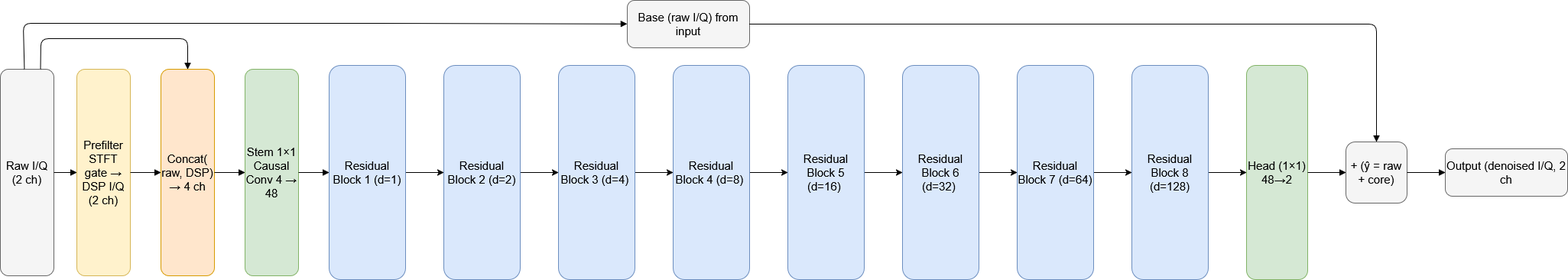
The draw.io diagram figures/tcn_architecture.drawio.png in Niclasapdk/es7_project, before a commit. Source tidied: cells renumbered, new cells last; positions are measured from the earlier drawing's top-left corner, leaving out a move shared by most shapes.
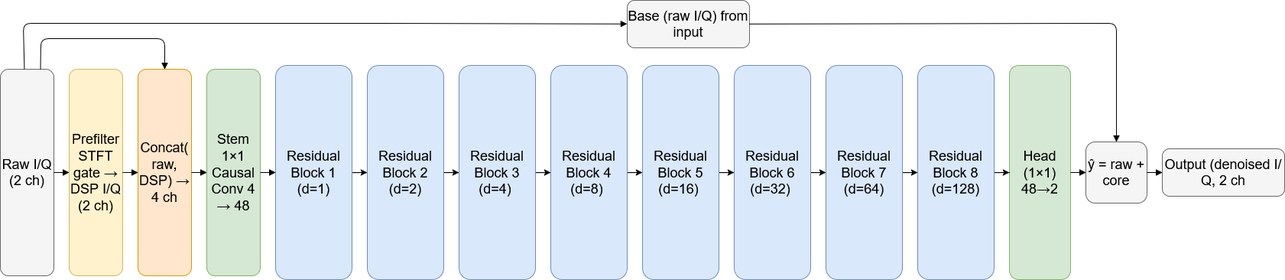
After the change.

Change to the diagram source:
```diff
@@ -2,14 +2,14 @@
   <root>
     <mxCell id="0" />
     <mxCell id="1" parent="0" />
-    <mxCell id="2" value="&lt;font style=&quot;font-size: 15px;&quot;&gt;Raw I/Q (2 ch)&lt;/font&gt;" style="rounded=1;whiteSpace=wrap;html=1;strokeWidth=1;fillColor=#f5f5f5;strokeColor=#666666;" parent="1" vertex="1">
+    <mxCell id="2" value="&lt;font style=&quot;font-size: 18px;&quot;&gt;Raw I/Q (2 ch)&lt;/font&gt;" style="rounded=1;whiteSpace=wrap;html=1;strokeWidth=1;fillColor=#f5f5f5;strokeColor=#666666;" parent="1" vertex="1">
       <mxGeometry y="90" width="70" height="270" as="geometry" />
     </mxCell>
-    <mxCell id="3" value="&lt;font style=&quot;font-size: 15px;&quot;&gt;Prefilter STFT gate → DSP I/Q (2 ch)&lt;/font&gt;" style="rounded=1;whiteSpace=wrap;html=1;strokeWidth=1;fillColor=#fff2cc;strokeColor=#d6b656;" parent="1" vertex="1">
-      <mxGeometry x="100" y="90" width="70" height="270" as="geometry" />
+    <mxCell id="3" value="&lt;font style=&quot;font-size: 18px;&quot;&gt;Prefilter STFT gate → DSP I/Q (2 ch)&lt;/font&gt;" style="rounded=1;whiteSpace=wrap;html=1;strokeWidth=1;fillColor=#fff2cc;strokeColor=#d6b656;" parent="1" vertex="1">
+      <mxGeometry x="90" y="90" width="70" height="270" as="geometry" />
     </mxCell>
-    <mxCell id="4" value="&lt;font style=&quot;font-size: 15px;&quot;&gt;Concat( raw, DSP) → 4 ch&lt;/font&gt;" style="rounded=1;whiteSpace=wrap;html=1;strokeWidth=1;fillColor=#ffe6cc;strokeColor=#d79b00;" parent="1" vertex="1">
-      <mxGeometry x="210" y="90" width="70" height="270" as="geometry" />
+    <mxCell id="4" value="&lt;font style=&quot;font-size: 18px;&quot;&gt;Concat( raw, DSP) → 4 ch&lt;/font&gt;" style="rounded=1;whiteSpace=wrap;html=1;strokeWidth=1;fillColor=#ffe6cc;strokeColor=#d79b00;" parent="1" vertex="1">
+      <mxGeometry x="180" y="90" width="70" height="270" as="geometry" />
     </mxCell>
     <mxCell id="5" style="endArrow=block;endFill=1;" parent="1" edge="1" source="2" target="3">
       <mxGeometry relative="1" as="geometry" />
@@ -22,12 +22,12 @@
         <Array as="points">
           <mxPoint x="53" y="50" />
           <mxPoint x="120" y="50" />
-          <mxPoint x="245" y="50" />
+          <mxPoint x="215" y="50" />
         </Array>
       </mxGeometry>
     </mxCell>
-    <mxCell id="8" value="&lt;font style=&quot;font-size: 15px;&quot;&gt;Stem 1×1 Causal Conv 4 → 48&lt;/font&gt;" style="rounded=1;whiteSpace=wrap;html=1;strokeWidth=1;fillColor=#d5e8d4;strokeColor=#82b366;" parent="1" vertex="1">
-      <mxGeometry x="320" y="90" width="70" height="270" as="geometry" />
+    <mxCell id="8" value="&lt;font style=&quot;font-size: 18px;&quot;&gt;Stem 1×1 Causal Conv 4 → 48&lt;/font&gt;" style="rounded=1;whiteSpace=wrap;html=1;strokeWidth=1;fillColor=#d5e8d4;strokeColor=#82b366;" parent="1" vertex="1">
+      <mxGeometry x="270" y="90" width="70" height="270" as="geometry" />
     </mxCell>
     <mxCell id="9" style="endArrow=block;endFill=1;" parent="1" edge="1" source="4" target="8">
       <mxGeometry relative="1" as="geometry" />
@@ -35,16 +35,16 @@
     <mxCell id="10" style="edgeStyle=orthogonalEdgeStyle;rounded=0;jettySize=auto;html=1;entryX=0;entryY=0.5;entryDx=0;entryDy=0;" parent="1" edge="1" source="11" target="22">
       <mxGeometry relative="1" as="geometry" />
     </mxCell>
-    <mxCell id="11" value="&lt;font style=&quot;font-size: 15px;&quot;&gt;Residual Block 1 (d=1)&lt;/font&gt;" style="rounded=1;whiteSpace=wrap;html=1;strokeWidth=1;fillColor=#dae8fc;strokeColor=#6c8ebf;" parent="1" vertex="1">
-      <mxGeometry x="430" y="85" width="100" height="280" as="geometry" />
+    <mxCell id="11" value="&lt;font style=&quot;font-size: 18px;&quot;&gt;Residual Block 1 (d=1)&lt;/font&gt;" style="rounded=1;whiteSpace=wrap;html=1;strokeWidth=1;fillColor=#dae8fc;strokeColor=#6c8ebf;" parent="1" vertex="1">
+      <mxGeometry x="360" y="85" width="100" height="280" as="geometry" />
     </mxCell>
     <mxCell id="12" style="endArrow=block;endFill=1;" parent="1" edge="1" source="8" target="11">
       <mxGeometry relative="1" as="geometry" />
     </mxCell>
-    <mxCell id="13" value="&lt;font style=&quot;font-size: 15px;&quot;&gt;Head (1×1) 48→2&lt;/font&gt;" style="rounded=1;whiteSpace=wrap;html=1;strokeWidth=1;fillColor=#d5e8d4;strokeColor=#82b366;" parent="1" vertex="1">
-      <mxGeometry x="1630" y="85" width="80" height="280" as="geometry" />
+    <mxCell id="13" value="&lt;font style=&quot;font-size: 18px;&quot;&gt;Head (1×1) 48→2&lt;/font&gt;" style="rounded=1;whiteSpace=wrap;html=1;strokeWidth=1;fillColor=#d5e8d4;strokeColor=#82b366;" parent="1" vertex="1">
+      <mxGeometry x="1320" y="85" width="80" height="280" as="geometry" />
     </mxCell>
-    <mxCell id="14" value="&lt;font style=&quot;font-size: 15px;&quot;&gt;Base (raw I/Q) from input&lt;/font&gt;" style="rounded=1;whiteSpace=wrap;html=1;strokeWidth=1;fillColor=#f5f5f5;strokeColor=#666666;" parent="1" vertex="1">
+    <mxCell id="14" value="&lt;font style=&quot;font-size: 18px;&quot;&gt;Base (raw I/Q) from input&lt;/font&gt;" style="rounded=1;whiteSpace=wrap;html=1;strokeWidth=1;fillColor=#f5f5f5;strokeColor=#666666;" parent="1" vertex="1">
       <mxGeometry x="820" width="160" height="62" as="geometry" />
     </mxCell>
     <mxCell id="15" style="endArrow=block;endFill=1;" parent="1" edge="1" source="2" target="14">
@@ -55,8 +55,8 @@
         </Array>
       </mxGeometry>
     </mxCell>
-    <mxCell id="16" value="&lt;font style=&quot;font-size: 15px;&quot;&gt;+ (ŷ = raw + core)&lt;/font&gt;" style="rounded=1;whiteSpace=wrap;html=1;strokeWidth=1;fillColor=#f5f5f5;strokeColor=#666666;" parent="1" vertex="1">
-      <mxGeometry x="1760" y="185" width="80" height="80" as="geometry" />
+    <mxCell id="16" value="&lt;font style=&quot;font-size: 18px;&quot;&gt;ŷ = raw + core&lt;/font&gt;" style="rounded=1;whiteSpace=wrap;html=1;strokeWidth=1;fillColor=#f5f5f5;strokeColor=#666666;" parent="1" vertex="1">
+      <mxGeometry x="1420" y="185" width="80" height="80" as="geometry" />
     </mxCell>
     <mxCell id="17" style="endArrow=block;endFill=1;" parent="1" edge="1" source="13" target="16">
       <mxGeometry relative="1" as="geometry" />
@@ -64,12 +64,12 @@
     <mxCell id="18" style="endArrow=block;endFill=1;" parent="1" edge="1" source="14" target="16">
       <mxGeometry relative="1" as="geometry">
         <Array as="points">
-          <mxPoint x="1800" y="31" />
+          <mxPoint x="1460" y="30" />
         </Array>
       </mxGeometry>
     </mxCell>
-    <mxCell id="19" value="&lt;font style=&quot;font-size: 15px;&quot;&gt;Output (denoised I/Q, 2 ch&lt;/font&gt;" style="rounded=1;whiteSpace=wrap;html=1;strokeWidth=1;fillColor=#f5f5f5;strokeColor=#666666;" parent="1" vertex="1">
-      <mxGeometry x="1890" y="194" width="160" height="62" as="geometry" />
+    <mxCell id="19" value="&lt;font style=&quot;font-size: 18px;&quot;&gt;Output (denoised I/Q, 2 ch&lt;/font&gt;" style="rounded=1;whiteSpace=wrap;html=1;strokeWidth=1;fillColor=#f5f5f5;strokeColor=#666666;" parent="1" vertex="1">
+      <mxGeometry x="1520" y="194" width="160" height="62" as="geometry" />
     </mxCell>
     <mxCell id="20" style="endArrow=block;endFill=1;" parent="1" edge="1" source="16" target="19">
       <mxGeometry relative="1" as="geometry" />
@@ -77,44 +77,44 @@
     <mxCell id="21" style="edgeStyle=orthogonalEdgeStyle;rounded=0;jettySize=auto;html=1;entryX=0;entryY=0.5;entryDx=0;entryDy=0;" parent="1" edge="1" source="22" target="24">
       <mxGeometry relative="1" as="geometry" />
     </mxCell>
-    <mxCell id="22" value="&lt;font style=&quot;font-size: 15px;&quot;&gt;Residual Block 2 (d=2)&lt;/font&gt;" style="rounded=1;whiteSpace=wrap;html=1;strokeWidth=1;fillColor=#dae8fc;strokeColor=#6c8ebf;" parent="1" vertex="1">
-      <mxGeometry x="580" y="85" width="100" height="280" as="geometry" />
+    <mxCell id="22" value="&lt;font style=&quot;font-size: 18px;&quot;&gt;Residual Block 2 (d=2)&lt;/font&gt;" style="rounded=1;whiteSpace=wrap;html=1;strokeWidth=1;fillColor=#dae8fc;strokeColor=#6c8ebf;" parent="1" vertex="1">
+      <mxGeometry x="480" y="85" width="100" height="280" as="geometry" />
     </mxCell>
     <mxCell id="23" style="edgeStyle=orthogonalEdgeStyle;rounded=0;jettySize=auto;html=1;entryX=0;entryY=0.5;entryDx=0;entryDy=0;" parent="1" edge="1" source="24" target="26">
       <mxGeometry relative="1" as="geometry" />
     </mxCell>
-    <mxCell id="24" value="&lt;font style=&quot;font-size: 15px;&quot;&gt;Residual Block 3 (d=4)&amp;nbsp;&lt;/font&gt;" style="rounded=1;whiteSpace=wrap;html=1;strokeWidth=1;fillColor=#dae8fc;strokeColor=#6c8ebf;" parent="1" vertex="1">
-      <mxGeometry x="730" y="85" width="100" height="280" as="geometry" />
+    <mxCell id="24" value="&lt;font style=&quot;font-size: 18px;&quot;&gt;Residual Block 3 (d=4)&amp;nbsp;&lt;/font&gt;" style="rounded=1;whiteSpace=wrap;html=1;strokeWidth=1;fillColor=#dae8fc;strokeColor=#6c8ebf;" parent="1" vertex="1">
+      <mxGeometry x="600" y="85" width="100" height="280" as="geometry" />
     </mxCell>
     <mxCell id="25" style="edgeStyle=orthogonalEdgeStyle;rounded=0;jettySize=auto;html=1;entryX=0;entryY=0.5;entryDx=0;entryDy=0;" parent="1" edge="1" source="26" target="28">
       <mxGeometry relative="1" as="geometry" />
     </mxCell>
-    <mxCell id="26" value="&lt;font style=&quot;font-size: 15px;&quot;&gt;Residual Block 4 (d=8)&amp;nbsp;&lt;/font&gt;" style="rounded=1;whiteSpace=wrap;html=1;strokeWidth=1;fillColor=#dae8fc;strokeColor=#6c8ebf;" parent="1" vertex="1">
-      <mxGeometry x="880" y="85" width="100" height="280" as="geometry" />
+    <mxCell id="26" value="&lt;font style=&quot;font-size: 18px;&quot;&gt;Residual Block 4 (d=8)&amp;nbsp;&lt;/font&gt;" style="rounded=1;whiteSpace=wrap;html=1;strokeWidth=1;fillColor=#dae8fc;strokeColor=#6c8ebf;" parent="1" vertex="1">
+      <mxGeometry x="720" y="85" width="100" height="280" as="geometry" />
     </mxCell>
     <mxCell id="27" style="edgeStyle=orthogonalEdgeStyle;rounded=0;jettySize=auto;html=1;entryX=0;entryY=0.5;entryDx=0;entryDy=0;" parent="1" edge="1" source="28" target="30">
       <mxGeometry relative="1" as="geometry" />
     </mxCell>
-    <mxCell id="28" value="&lt;font style=&quot;font-size: 15px;&quot;&gt;Residual Block 5 (d=16)&amp;nbsp;&lt;/font&gt;" style="rounded=1;whiteSpace=wrap;html=1;strokeWidth=1;fillColor=#dae8fc;strokeColor=#6c8ebf;" parent="1" vertex="1">
-      <mxGeometry x="1030" y="85" width="100" height="280" as="geometry" />
+    <mxCell id="28" value="&lt;font style=&quot;font-size: 18px;&quot;&gt;Residual Block 5 (d=16)&amp;nbsp;&lt;/font&gt;" style="rounded=1;whiteSpace=wrap;html=1;strokeWidth=1;fillColor=#dae8fc;strokeColor=#6c8ebf;" parent="1" vertex="1">
+      <mxGeometry x="840" y="85" width="100" height="280" as="geometry" />
     </mxCell>
     <mxCell id="29" style="edgeStyle=orthogonalEdgeStyle;rounded=0;jettySize=auto;html=1;entryX=0;entryY=0.5;entryDx=0;entryDy=0;" parent="1" edge="1" source="30" target="32">
       <mxGeometry relative="1" as="geometry" />
     </mxCell>
-    <mxCell id="30" value="&lt;font style=&quot;font-size: 15px;&quot;&gt;Residual Block 6 (d=32)&amp;nbsp;&lt;/font&gt;" style="rounded=1;whiteSpace=wrap;html=1;strokeWidth=1;fillColor=#dae8fc;strokeColor=#6c8ebf;" parent="1" vertex="1">
-      <mxGeometry x="1180" y="85" width="100" height="280" as="geometry" />
+    <mxCell id="30" value="&lt;font style=&quot;font-size: 18px;&quot;&gt;Residual Block 6 (d=32)&amp;nbsp;&lt;/font&gt;" style="rounded=1;whiteSpace=wrap;html=1;strokeWidth=1;fillColor=#dae8fc;strokeColor=#6c8ebf;" parent="1" vertex="1">
+      <mxGeometry x="960" y="85" width="100" height="280" as="geometry" />
     </mxCell>
     <mxCell id="31" style="edgeStyle=orthogonalEdgeStyle;rounded=0;jettySize=auto;html=1;entryX=0;entryY=0.5;entryDx=0;entryDy=0;" parent="1" edge="1" source="32" target="34">
       <mxGeometry relative="1" as="geometry" />
     </mxCell>
-    <mxCell id="32" value="&lt;font style=&quot;font-size: 15px;&quot;&gt;Residual Block 7 (d=64)&lt;/font&gt;" style="rounded=1;whiteSpace=wrap;html=1;strokeWidth=1;fillColor=#dae8fc;strokeColor=#6c8ebf;" parent="1" vertex="1">
-      <mxGeometry x="1330" y="85" width="100" height="280" as="geometry" />
+    <mxCell id="32" value="&lt;font style=&quot;font-size: 18px;&quot;&gt;Residual Block 7 (d=64)&lt;/font&gt;" style="rounded=1;whiteSpace=wrap;html=1;strokeWidth=1;fillColor=#dae8fc;strokeColor=#6c8ebf;" parent="1" vertex="1">
+      <mxGeometry x="1080" y="85" width="100" height="280" as="geometry" />
     </mxCell>
     <mxCell id="33" style="edgeStyle=orthogonalEdgeStyle;rounded=0;jettySize=auto;html=1;entryX=0;entryY=0.5;entryDx=0;entryDy=0;" parent="1" edge="1" source="34" target="13">
       <mxGeometry relative="1" as="geometry" />
     </mxCell>
-    <mxCell id="34" value="&lt;font style=&quot;font-size: 15px;&quot;&gt;Residual Block 8 (d=128)&lt;/font&gt;" style="rounded=1;whiteSpace=wrap;html=1;strokeWidth=1;fillColor=#dae8fc;strokeColor=#6c8ebf;" parent="1" vertex="1">
-      <mxGeometry x="1480" y="85" width="100" height="280" as="geometry" />
+    <mxCell id="34" value="&lt;font style=&quot;font-size: 18px;&quot;&gt;Residual Block 8 (d=128)&lt;/font&gt;" style="rounded=1;whiteSpace=wrap;html=1;strokeWidth=1;fillColor=#dae8fc;strokeColor=#6c8ebf;" parent="1" vertex="1">
+      <mxGeometry x="1200" y="85" width="100" height="280" as="geometry" />
     </mxCell>
   </root>
 </mxGraphModel>
```
